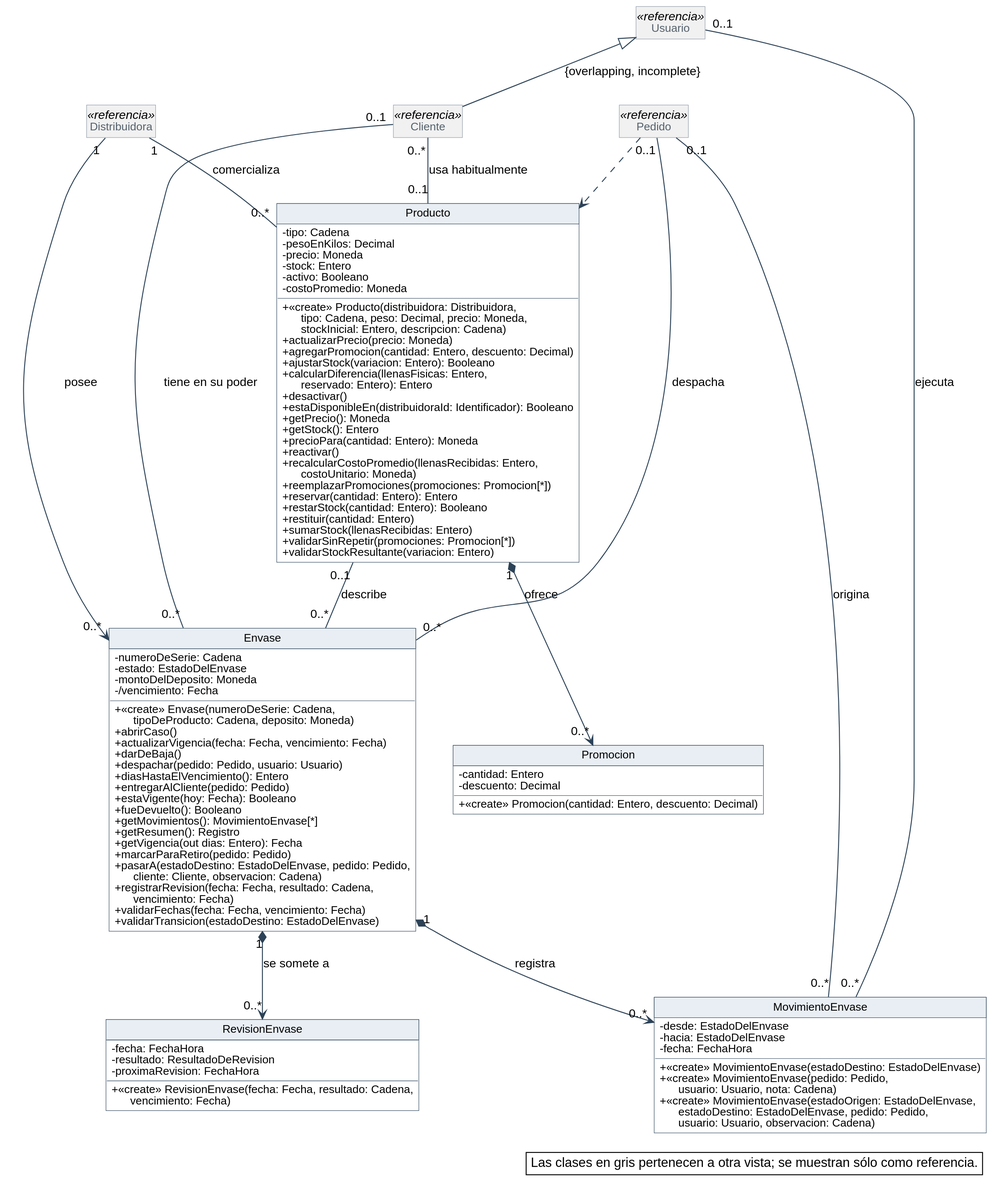
Nahuelito-Dev/splg-docs keeps this PlantUML diagram as diagramas/clases-diseno/DC_Productos-y-envases.svg. Above is the earlier version.
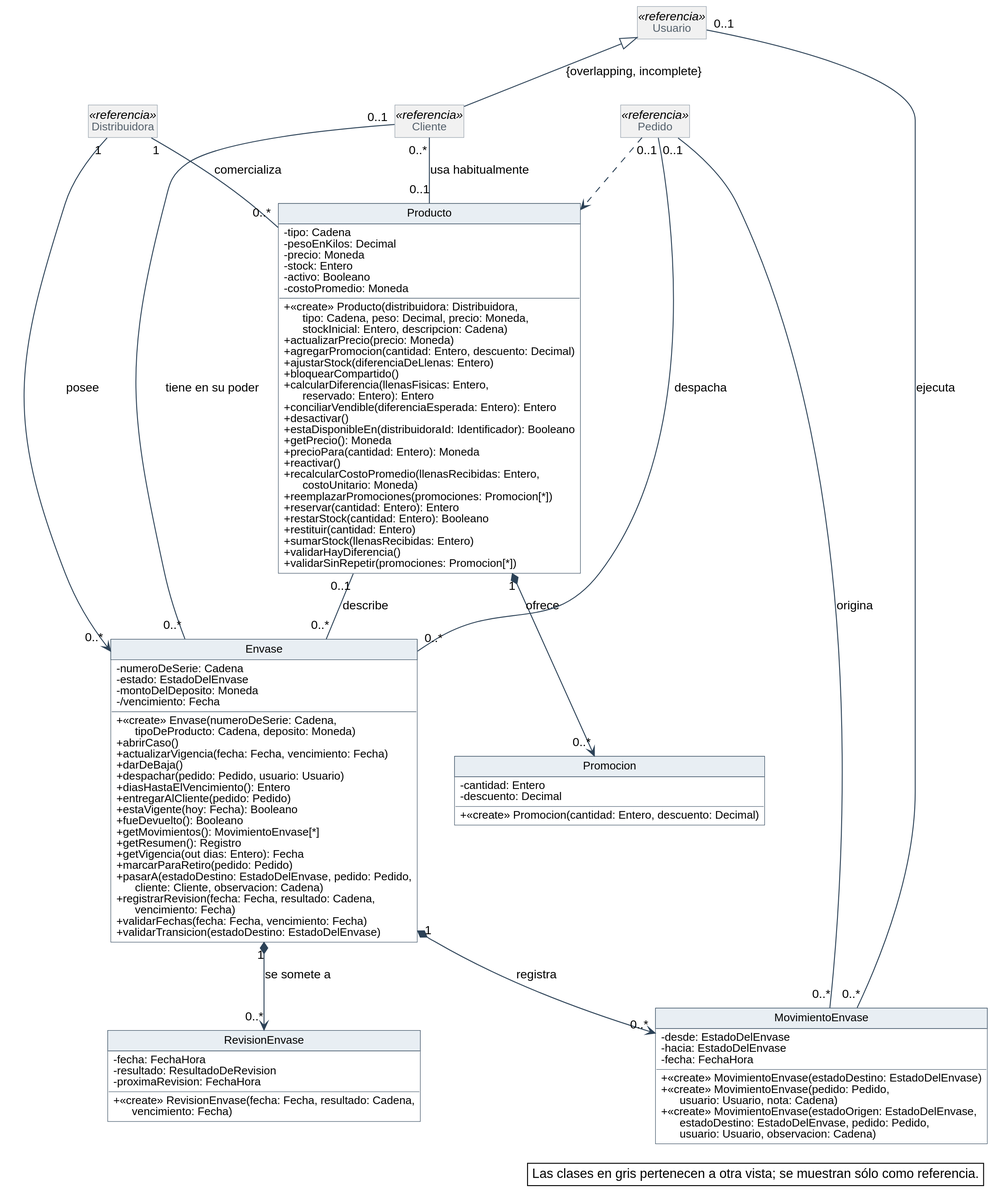
Later version of the same file.

Diff of the diagram source:
```diff
@@ -67,12 +67,13 @@
   + «create» Producto(distribuidora: Distribuidora,\n      tipo: Cadena, peso: Decimal, precio: Moneda,\n      stockInicial: Entero, descripcion: Cadena)
   + actualizarPrecio(precio: Moneda)
   + agregarPromocion(cantidad: Entero, descuento: Decimal)
-  + ajustarStock(variacion: Entero): Booleano
+  + ajustarStock(diferenciaDeLlenas: Entero)
+  + bloquearCompartido()
   + calcularDiferencia(llenasFisicas: Entero,\n      reservado: Entero): Entero
+  + conciliarVendible(diferenciaEsperada: Entero): Entero
   + desactivar()
   + estaDisponibleEn(distribuidoraId: Identificador): Booleano
   + getPrecio(): Moneda
-  + getStock(): Entero
   + precioPara(cantidad: Entero): Moneda
   + reactivar()
   + recalcularCostoPromedio(llenasRecibidas: Entero,\n      costoUnitario: Moneda)
@@ -81,8 +82,8 @@
   + restarStock(cantidad: Entero): Booleano
   + restituir(cantidad: Entero)
   + sumarStock(llenasRecibidas: Entero)
+  + validarHayDiferencia()
   + validarSinRepetir(promociones: Promocion[*])
-  + validarStockResultante(variacion: Entero)
 }
 class Promocion {
   - cantidad: Entero
```
